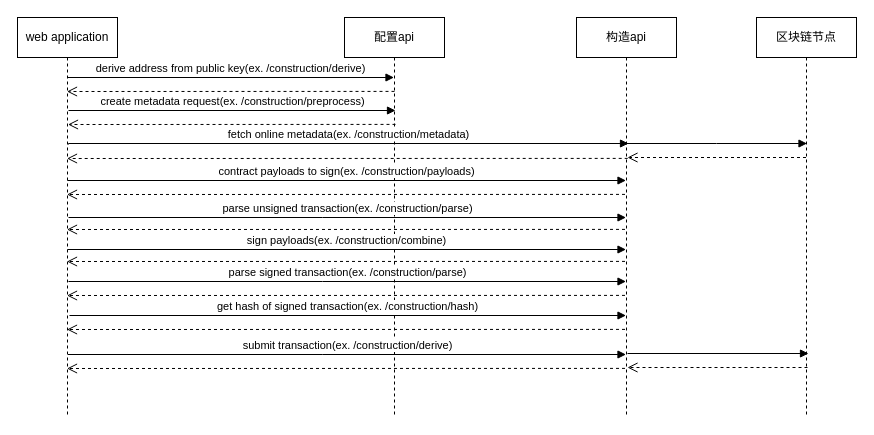
Earlier version of the draw.io diagram api_construction.drawio (chixiaowen/drawio). Source tidied: cells renumbered, new cells numbered last; positions are measured from the earlier drawing's top-left corner, leaving out a move shared by most shapes. Both pictures are drawn from the tidied source at 100%, with x=0, y=0 at pixel (17, 17).
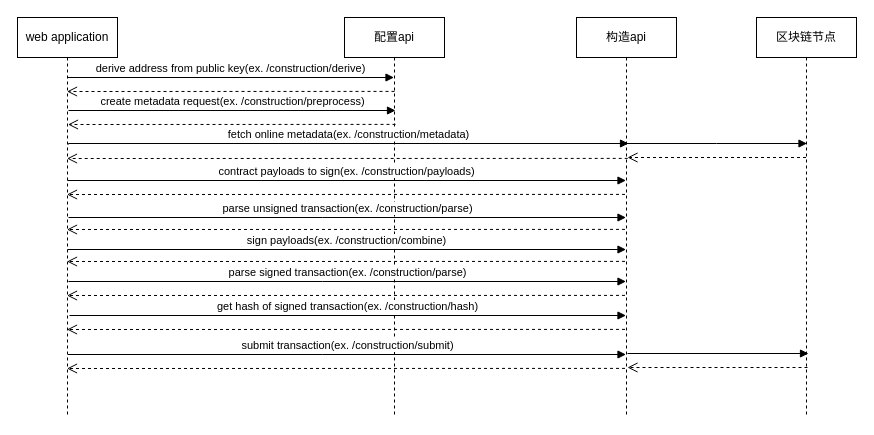
The same diagram, later.

Unchanged cells that the change refers to:
```xml
<mxCell id="4" value="构造api" style="shape=umlLifeline;perimeter=lifelinePerimeter;whiteSpace=wrap;html=1;outlineConnect=0;portConstraint=eastwest;newEdgeStyle={&quot;edgeStyle&quot;:&quot;elbowEdgeStyle&quot;,&quot;elbow&quot;:&quot;vertical&quot;,&quot;curved&quot;:0,&quot;rounded&quot;:0};" parent="1" vertex="1">
  <mxGeometry x="559" width="100" height="400" as="geometry" />
</mxCell>
```

The edit, as a diff of the source:
```diff
@@
-    <mxCell id="21" value="submit transaction(ex. /construction/derive)" style="html=1;verticalAlign=bottom;endArrow=block;edgeStyle=elbowEdgeStyle;elbow=vertical;curved=0;rounded=0;" parent="1" edge="1" target="4">
+    <mxCell id="21" value="submit transaction(ex. /construction/submit)" style="html=1;verticalAlign=bottom;endArrow=block;edgeStyle=elbowEdgeStyle;elbow=vertical;curved=0;rounded=0;" parent="1" edge="1" target="4">
       <mxGeometry relative="1" as="geometry">
         <mxPoint x="50.5" y="337" as="sourcePoint" />
       </mxGeometry>
     </mxCell>
```
